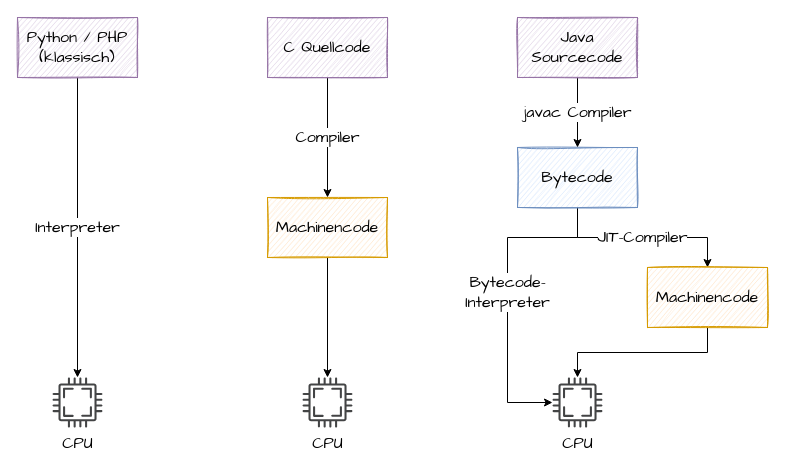
Above: kssop/CompilerInterpreter.drawio in dude2511/drawio (draw.io), before the change. Source tidied: cells renumbered, new cells numbered last; positions are measured from the earlier drawing's top-left corner, leaving out a move shared by most shapes. Both pictures are drawn from the tidied source at 100%, with x=0, y=0 at pixel (17, 17).
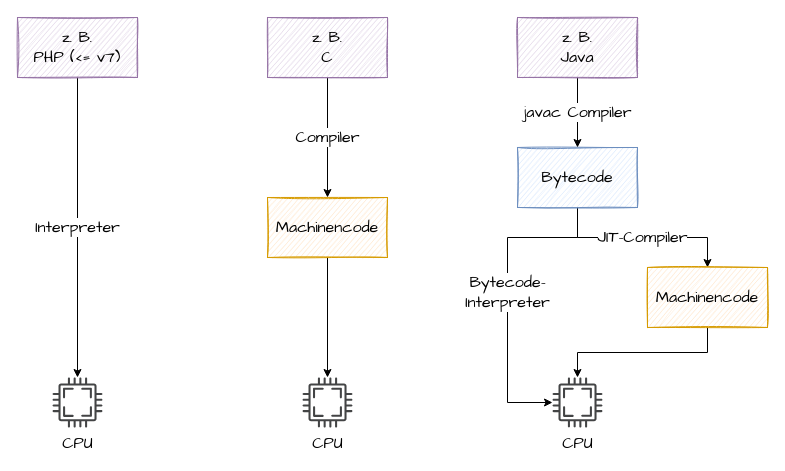
The same page after the edit.

The edit, as a diff of the source:
```diff
@@
-    <mxCell id="8" value="C Quellcode" style="rounded=0;whiteSpace=wrap;html=1;sketch=1;fillColor=#e1d5e7;strokeColor=#9673a6;fontSize=16;fontFamily=Comic Sans MS;" parent="1" vertex="1">
+    <mxCell id="8" value="z. B.&lt;br&gt;C" style="rounded=0;whiteSpace=wrap;html=1;sketch=1;fillColor=#e1d5e7;strokeColor=#9673a6;fontSize=16;fontFamily=Comic Sans MS;" parent="1" vertex="1">
       <mxGeometry x="250" width="120" height="60" as="geometry" />
     </mxCell>
@@
-    <mxCell id="11" value="Java Sourcecode" style="rounded=0;whiteSpace=wrap;html=1;sketch=1;fillColor=#e1d5e7;strokeColor=#9673a6;fontSize=16;fontFamily=Comic Sans MS;" parent="1" vertex="1">
+    <mxCell id="11" value="z. B.&lt;br&gt;Java" style="rounded=0;whiteSpace=wrap;html=1;sketch=1;fillColor=#e1d5e7;strokeColor=#9673a6;fontSize=16;fontFamily=Comic Sans MS;" parent="1" vertex="1">
       <mxGeometry x="500" width="120" height="60" as="geometry" />
     </mxCell>
@@
-    <mxCell id="16" value="Python / PHP&lt;br&gt;(klassisch)" style="rounded=0;whiteSpace=wrap;html=1;sketch=1;fillColor=#e1d5e7;strokeColor=#9673a6;fontSize=16;fontFamily=Comic Sans MS;" parent="1" vertex="1">
+    <mxCell id="16" value="z. B. &lt;br&gt;PHP (&amp;lt;= v7)" style="rounded=0;whiteSpace=wrap;html=1;sketch=1;fillColor=#e1d5e7;strokeColor=#9673a6;fontSize=16;fontFamily=Comic Sans MS;" parent="1" vertex="1">
       <mxGeometry width="120" height="60" as="geometry" />
     </mxCell>
```
